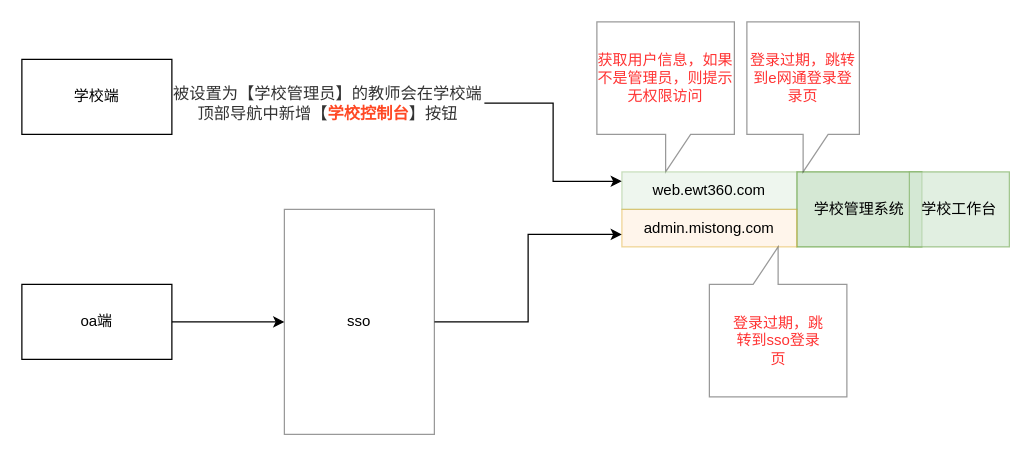
This is Untitled Diagram.drawio from jinlianglou/my_workdir_exe, a draw.io file, before an edit. Source tidied: cells renumbered, new cells numbered last; positions are measured from the earlier drawing's top-left corner, leaving out a move shared by most shapes. Both pictures are drawn from the tidied source at 125%, with x=0, y=0 at pixel (21, 21).
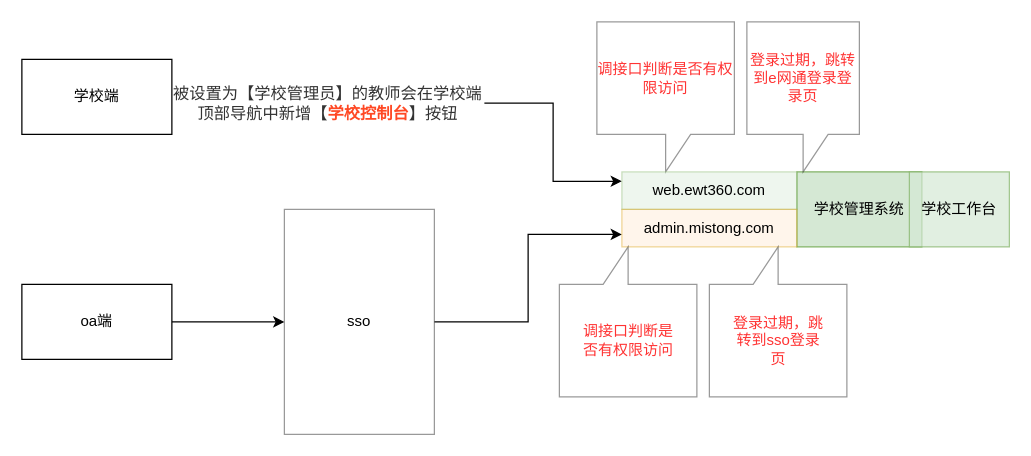
After the change.

What changed in the source:
```diff
@@
 <mxGraphModel>
   <root>
     <mxCell id="0" />
     <mxCell id="1" parent="0" />
     <mxCell id="2" value="学校端" style="rounded=0;whiteSpace=wrap;html=1;" parent="1" vertex="1">
       <mxGeometry y="30" width="120" height="60" as="geometry" />
     </mxCell>
     <mxCell id="3" style="edgeStyle=orthogonalEdgeStyle;rounded=0;jettySize=auto;html=1;entryX=0;entryY=0.5;entryDx=0;entryDy=0;" parent="1" edge="1" source="4" target="10">
       <mxGeometry relative="1" as="geometry" />
     </mxCell>
     <mxCell id="4" value="oa端" style="rounded=0;whiteSpace=wrap;html=1;" parent="1" vertex="1">
       <mxGeometry y="210" width="120" height="60" as="geometry" />
     </mxCell>
     <mxCell id="5" style="edgeStyle=orthogonalEdgeStyle;rounded=0;jettySize=auto;html=1;entryX=0;entryY=0.25;entryDx=0;entryDy=0;" parent="1" edge="1" source="6" target="11">
       <mxGeometry relative="1" as="geometry" />
     </mxCell>
     <mxCell id="6" value="&lt;span style=&quot;font-size: 13px ; text-align: left&quot;&gt;&lt;font color=&quot;#333333&quot;&gt;被设置为【学校管理员】的教师会在学校端顶部导航中新增【&lt;/font&gt;&lt;b&gt;&lt;font color=&quot;#ff4824&quot;&gt;学校控制台&lt;/font&gt;&lt;/b&gt;&lt;font color=&quot;#333333&quot;&gt;】按钮&lt;/font&gt;&lt;/span&gt;" style="text;html=1;strokeColor=none;fillColor=none;align=center;verticalAlign=middle;whiteSpace=wrap;rounded=0;" parent="1" vertex="1">
       <mxGeometry x="120" y="60" width="250" height="10" as="geometry" />
     </mxCell>
     <mxCell id="7" value="学校管理系统" style="rounded=0;whiteSpace=wrap;html=1;fillColor=#d5e8d4;strokeColor=#82b366;" parent="1" vertex="1">
       <mxGeometry x="620" y="120" width="100" height="60" as="geometry" />
     </mxCell>
-    <mxCell id="8" value="&lt;font color=&quot;#ff3333&quot;&gt;获取用户信息，如果不是管理员，则提示无权限访问&lt;/font&gt;" style="shape=callout;whiteSpace=wrap;html=1;perimeter=calloutPerimeter;opacity=40;" parent="1" vertex="1">
+    <mxCell id="8" value="&lt;span style=&quot;color: rgb(255 , 51 , 51)&quot;&gt;调接口判断是否有权限访问&lt;/span&gt;" style="shape=callout;whiteSpace=wrap;html=1;perimeter=calloutPerimeter;opacity=40;" parent="1" vertex="1">
       <mxGeometry x="460" width="110" height="120" as="geometry" />
     </mxCell>
     <mxCell id="9" style="edgeStyle=orthogonalEdgeStyle;rounded=0;jettySize=auto;html=1;entryX=0;entryY=0.667;entryDx=0;entryDy=0;entryPerimeter=0;" parent="1" edge="1" source="10" target="12">
       <mxGeometry relative="1" as="geometry" />
     </mxCell>
     <mxCell id="10" value="sso" style="rounded=0;whiteSpace=wrap;html=1;opacity=40;" parent="1" vertex="1">
       <mxGeometry x="210" y="150" width="120" height="180" as="geometry" />
     </mxCell>
     <mxCell id="11" value="web.ewt360.com" style="rounded=0;whiteSpace=wrap;html=1;opacity=40;fillColor=#d5e8d4;strokeColor=#82b366;" parent="1" vertex="1">
       <mxGeometry x="480" y="120" width="140" height="30" as="geometry" />
     </mxCell>
     <mxCell id="12" value="admin.mistong.com" style="rounded=0;whiteSpace=wrap;html=1;opacity=40;fillColor=#ffe6cc;strokeColor=#d79b00;" parent="1" vertex="1">
       <mxGeometry x="480" y="150" width="140" height="30" as="geometry" />
     </mxCell>
     <mxCell id="13" value="学校工作台" style="rounded=0;whiteSpace=wrap;html=1;fillColor=#d5e8d4;strokeColor=#82b366;opacity=70;" parent="1" vertex="1">
       <mxGeometry x="710" y="120" width="80" height="60" as="geometry" />
     </mxCell>
     <mxCell id="14" value="&lt;font color=&quot;#ff3333&quot;&gt;登录过期，跳转到e网通登录登录页&lt;/font&gt;" style="shape=callout;whiteSpace=wrap;html=1;perimeter=calloutPerimeter;opacity=40;" parent="1" vertex="1">
       <mxGeometry x="580" width="90" height="120" as="geometry" />
     </mxCell>
     <mxCell id="15" style="shape=callout;whiteSpace=wrap;html=1;perimeter=calloutPerimeter;opacity=40;rotation=-180;" parent="1" vertex="1">
       <mxGeometry x="550" y="180" width="110" height="120" as="geometry" />
     </mxCell>
     <mxCell id="16" value="登录过期，跳转到sso登录页" style="text;html=1;align=center;verticalAlign=middle;whiteSpace=wrap;rounded=0;fontColor=#FF3333;" parent="1" vertex="1">
       <mxGeometry x="567.5" y="230" width="75" height="50" as="geometry" />
     </mxCell>
+    <mxCell id="17" style="shape=callout;whiteSpace=wrap;html=1;perimeter=calloutPerimeter;opacity=40;rotation=-180;" parent="1" vertex="1">
+      <mxGeometry x="430" y="180" width="110" height="120" as="geometry" />
+    </mxCell>
+    <mxCell id="18" value="调接口判断是否有权限访问" style="text;html=1;align=center;verticalAlign=middle;whiteSpace=wrap;rounded=0;fontColor=#FF3333;" parent="1" vertex="1">
+      <mxGeometry x="447.5" y="230" width="75" height="50" as="geometry" />
+    </mxCell>
   </root>
 </mxGraphModel>
```
